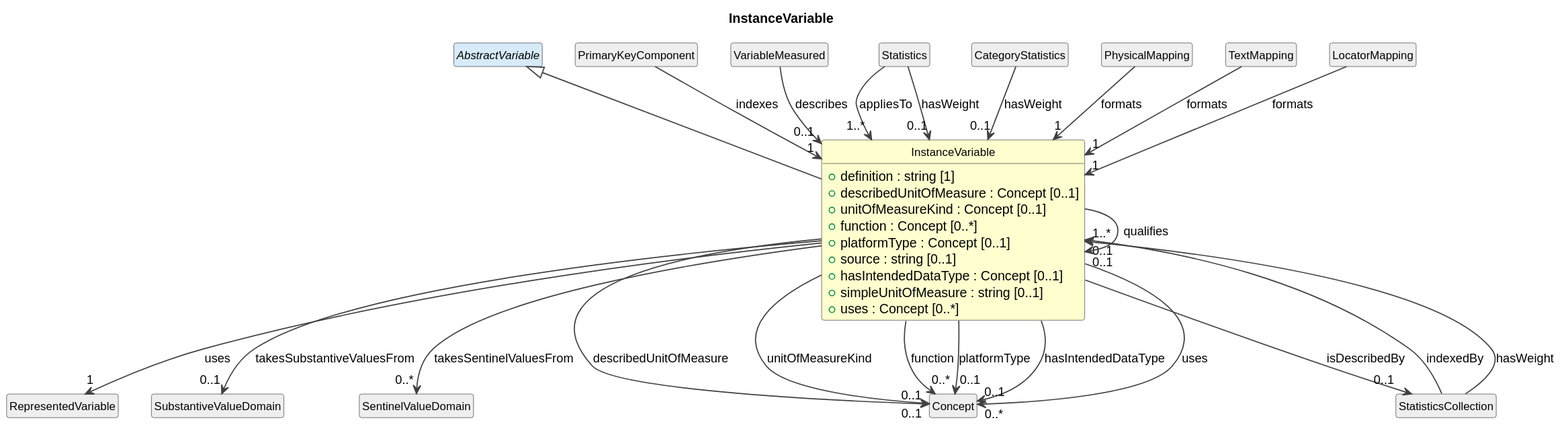
The PlantUML diagram cdif-uml-model/DataDescriptionWithStructure/Classes/InstanceVariable.svg in Cross-Domain-Interoperability-Framework/metadataBuildingBlocks, before a commit. Its diagram source:
```plantuml
@startuml
title InstanceVariable
hide circle
hide empty members
skinparam shadowing false
skinparam ArrowThickness 1.2
skinparam class {
  ArrowColor #404040
  BorderColor #404040
  FontSize 12
}

class "InstanceVariable" as InstanceVariable #FEFECE {
  +definition : string [1]
  +describedUnitOfMeasure : Concept [0..1]
  +unitOfMeasureKind : Concept [0..1]
  +function : Concept [0..*]
  +platformType : Concept [0..1]
  +source : string [0..1]
  +hasIntendedDataType : Concept [0..1]
  +simpleUnitOfMeasure : string [0..1]
  +uses : Concept [0..*]
}
abstract class "AbstractVariable" as AbstractVariable #D6EAF8
AbstractVariable <|-- InstanceVariable
class "PrimaryKeyComponent" as PrimaryKeyComponent #EEEEEE
PrimaryKeyComponent --> "1" InstanceVariable : indexes
class "RepresentedVariable" as RepresentedVariable #EEEEEE
InstanceVariable --> "1" RepresentedVariable : uses
class "StatisticsCollection" as StatisticsCollection #EEEEEE
InstanceVariable --> "0..1" StatisticsCollection : isDescribedBy
InstanceVariable --> "0..1" InstanceVariable : qualifies
class "SubstantiveValueDomain" as SubstantiveValueDomain #EEEEEE
InstanceVariable --> "0..1" SubstantiveValueDomain : takesSubstantiveValuesFrom
class "SentinelValueDomain" as SentinelValueDomain #EEEEEE
InstanceVariable --> "0..*" SentinelValueDomain : takesSentinelValuesFrom
class "VariableMeasured" as VariableMeasured #EEEEEE
VariableMeasured --> "0..1" InstanceVariable : describes
class "Statistics" as Statistics #EEEEEE
Statistics --> "1..*" InstanceVariable : appliesTo
Statistics --> "0..1" InstanceVariable : hasWeight
class "CategoryStatistics" as CategoryStatistics #EEEEEE
CategoryStatistics --> "0..1" InstanceVariable : hasWeight
StatisticsCollection --> "1..*" InstanceVariable : indexedBy
StatisticsCollection --> "0..1" InstanceVariable : hasWeight
class "PhysicalMapping" as PhysicalMapping #EEEEEE
PhysicalMapping --> "1" InstanceVariable : formats
class "TextMapping" as TextMapping #EEEEEE
TextMapping --> "1" InstanceVariable : formats
class "LocatorMapping" as LocatorMapping #EEEEEE
LocatorMapping --> "1" InstanceVariable : formats
class "Concept" as Concept #EEEEEE
InstanceVariable --> "0..1" Concept : describedUnitOfMeasure
InstanceVariable --> "0..1" Concept : unitOfMeasureKind
InstanceVariable --> "0..*" Concept : function
InstanceVariable --> "0..1" Concept : platformType
InstanceVariable --> "0..1" Concept : hasIntendedDataType
InstanceVariable --> "0..*" Concept : uses
@enduml
```
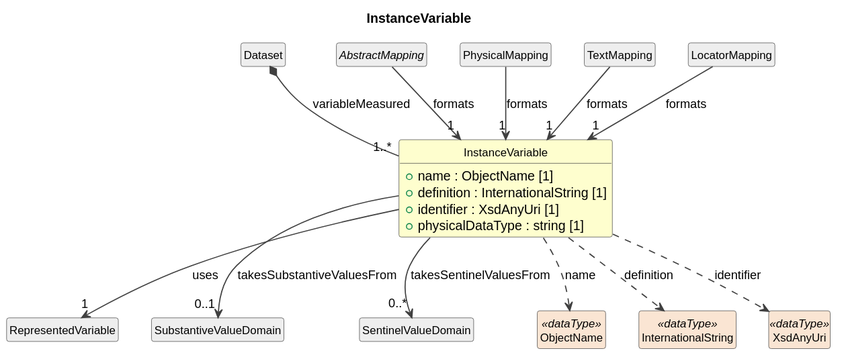
After the commit.

Diff of the diagram source:
```diff
@@ -11,49 +11,31 @@
 }
 
 class "InstanceVariable" as InstanceVariable #FEFECE {
-  +definition : string [1]
-  +describedUnitOfMeasure : Concept [0..1]
-  +unitOfMeasureKind : Concept [0..1]
-  +function : Concept [0..*]
-  +platformType : Concept [0..1]
-  +source : string [0..1]
-  +hasIntendedDataType : Concept [0..1]
-  +simpleUnitOfMeasure : string [0..1]
-  +uses : Concept [0..*]
+  +name : ObjectName [1]
+  +definition : InternationalString [1]
+  +identifier : XsdAnyUri [1]
+  +physicalDataType : string [1]
 }
-abstract class "AbstractVariable" as AbstractVariable #D6EAF8
-AbstractVariable <|-- InstanceVariable
-class "PrimaryKeyComponent" as PrimaryKeyComponent #EEEEEE
-PrimaryKeyComponent --> "1" InstanceVariable : indexes
 class "RepresentedVariable" as RepresentedVariable #EEEEEE
 InstanceVariable --> "1" RepresentedVariable : uses
-class "StatisticsCollection" as StatisticsCollection #EEEEEE
-InstanceVariable --> "0..1" StatisticsCollection : isDescribedBy
-InstanceVariable --> "0..1" InstanceVariable : qualifies
 class "SubstantiveValueDomain" as SubstantiveValueDomain #EEEEEE
 InstanceVariable --> "0..1" SubstantiveValueDomain : takesSubstantiveValuesFrom
 class "SentinelValueDomain" as SentinelValueDomain #EEEEEE
 InstanceVariable --> "0..*" SentinelValueDomain : takesSentinelValuesFrom
-class "VariableMeasured" as VariableMeasured #EEEEEE
-VariableMeasured --> "0..1" InstanceVariable : describes
-class "Statistics" as Statistics #EEEEEE
-Statistics --> "1..*" InstanceVariable : appliesTo
-Statistics --> "0..1" InstanceVariable : hasWeight
-class "CategoryStatistics" as CategoryStatistics #EEEEEE
-CategoryStatistics --> "0..1" InstanceVariable : hasWeight
-StatisticsCollection --> "1..*" InstanceVariable : indexedBy
-StatisticsCollection --> "0..1" InstanceVariable : hasWeight
+class "Dataset" as Dataset #EEEEEE
+Dataset *-- "1..*" InstanceVariable : variableMeasured
+abstract class "AbstractMapping" as AbstractMapping #EEEEEE
+AbstractMapping --> "1" InstanceVariable : formats
 class "PhysicalMapping" as PhysicalMapping #EEEEEE
 PhysicalMapping --> "1" InstanceVariable : formats
 class "TextMapping" as TextMapping #EEEEEE
 TextMapping --> "1" InstanceVariable : formats
 class "LocatorMapping" as LocatorMapping #EEEEEE
 LocatorMapping --> "1" InstanceVariable : formats
-class "Concept" as Concept #EEEEEE
-InstanceVariable --> "0..1" Concept : describedUnitOfMeasure
-InstanceVariable --> "0..1" Concept : unitOfMeasureKind
-InstanceVariable --> "0..*" Concept : function
-InstanceVariable --> "0..1" Concept : platformType
-InstanceVariable --> "0..1" Concept : hasIntendedDataType
-InstanceVariable --> "0..*" Concept : uses
+class "ObjectName" as ObjectName <<dataType>> #FAE5D3
+InstanceVariable ..> ObjectName : name
+class "InternationalString" as InternationalString <<dataType>> #FAE5D3
+InstanceVariable ..> InternationalString : definition
+class "XsdAnyUri" as XsdAnyUri <<dataType>> #FAE5D3
+InstanceVariable ..> XsdAnyUri : identifier
 @enduml
```
